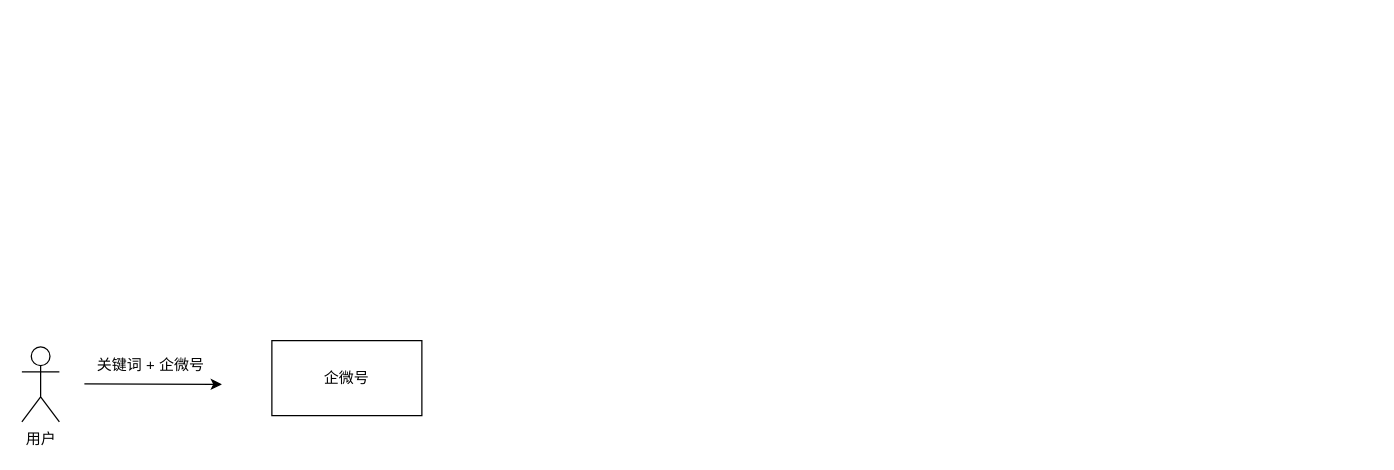
Rocky-Hu/document keeps this draw.io diagram as technology-solution/关键词回复.drawio. Above is the earlier version. Source tidied: cells renumbered, new cells numbered last; positions are measured from the earlier drawing's top-left corner, leaving out a move shared by most shapes. Both pictures are drawn from the tidied source at 125%, with x=0, y=0 at pixel (21, 340).
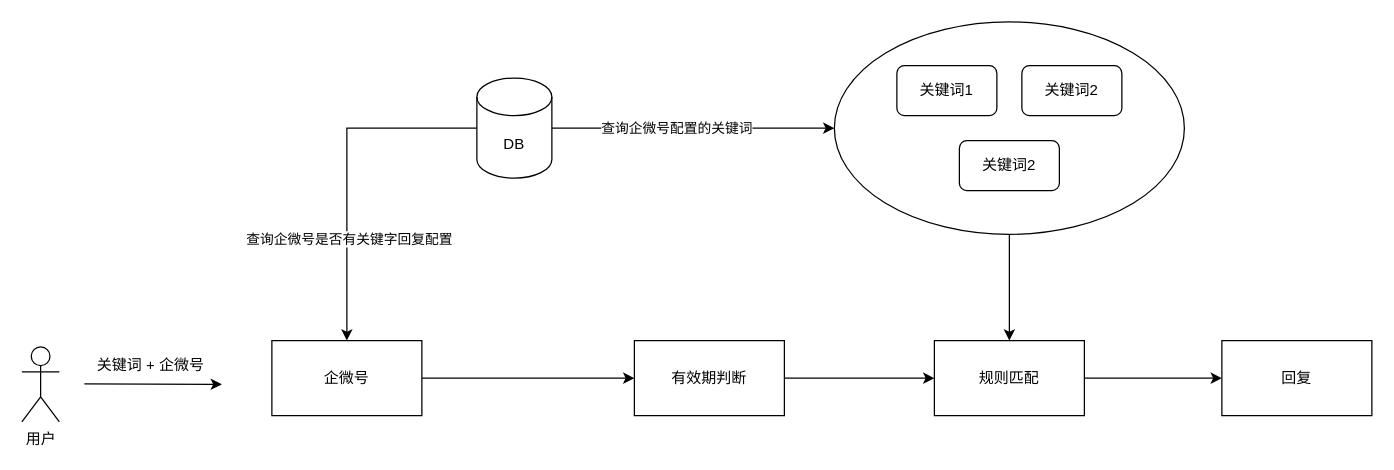
Above is the later version.

Commit message (it also covers changes not shown here):
Update 关键词回复.drawio

The change refers to these unchanged cells:
```xml
<mxCell id="5" value="企微号" style="rounded=0;whiteSpace=wrap;html=1;" parent="1" vertex="1">
  <mxGeometry x="200" width="120" height="60" as="geometry" />
</mxCell>
```

What changed in the source:
```diff
@@
+    <mxCell id="6" style="edgeStyle=orthogonalEdgeStyle;rounded=0;jettySize=auto;html=1;entryX=0;entryY=0.5;entryDx=0;entryDy=0;" parent="1" edge="1" source="5" target="13">
+      <mxGeometry relative="1" as="geometry" />
+    </mxCell>
@@
+    <mxCell id="7" style="edgeStyle=orthogonalEdgeStyle;rounded=0;jettySize=auto;html=1;entryX=0.5;entryY=0;entryDx=0;entryDy=0;" parent="1" edge="1" source="11" target="5">
+      <mxGeometry relative="1" as="geometry" />
+    </mxCell>
+    <mxCell id="8" value="查询企微号是否有关键字回复配置" style="edgeLabel;html=1;align=center;verticalAlign=middle;" parent="7" vertex="1">
+      <mxGeometry x="0.4" y="1" relative="1" as="geometry" />
+    </mxCell>
+    <mxCell id="9" style="edgeStyle=orthogonalEdgeStyle;rounded=0;jettySize=auto;html=1;" parent="1" edge="1" source="11" target="17">
+      <mxGeometry relative="1" as="geometry" />
+    </mxCell>
+    <mxCell id="10" value="查询企微号配置的关键词" style="edgeLabel;html=1;align=center;verticalAlign=middle;" parent="9" vertex="1">
+      <mxGeometry x="-0.12" y="1" relative="1" as="geometry" />
+    </mxCell>
+    <mxCell id="11" value="DB" style="shape=cylinder3;whiteSpace=wrap;html=1;boundedLbl=1;backgroundOutline=1;size=15;" parent="1" vertex="1">
+      <mxGeometry x="364" y="-210" width="60" height="80" as="geometry" />
+    </mxCell>
+    <mxCell id="12" style="edgeStyle=orthogonalEdgeStyle;rounded=0;jettySize=auto;html=1;entryX=0;entryY=0.5;entryDx=0;entryDy=0;" parent="1" edge="1" source="13" target="15">
+      <mxGeometry relative="1" as="geometry" />
+    </mxCell>
+    <mxCell id="13" value="有效期判断" style="rounded=0;whiteSpace=wrap;html=1;" parent="1" vertex="1">
+      <mxGeometry x="490" width="120" height="60" as="geometry" />
+    </mxCell>
+    <mxCell id="14" style="edgeStyle=orthogonalEdgeStyle;rounded=0;jettySize=auto;html=1;entryX=0;entryY=0.5;entryDx=0;entryDy=0;" parent="1" edge="1" source="15" target="21">
+      <mxGeometry relative="1" as="geometry" />
+    </mxCell>
+    <mxCell id="15" value="规则匹配" style="rounded=0;whiteSpace=wrap;html=1;" parent="1" vertex="1">
+      <mxGeometry x="730" width="120" height="60" as="geometry" />
+    </mxCell>
+    <mxCell id="16" style="edgeStyle=orthogonalEdgeStyle;rounded=0;jettySize=auto;html=1;" parent="1" edge="1" source="17" target="15">
+      <mxGeometry relative="1" as="geometry" />
+    </mxCell>
+    <mxCell id="17" style="ellipse;whiteSpace=wrap;html=1;" parent="1" vertex="1">
+      <mxGeometry x="650" y="-255" width="280" height="170" as="geometry" />
+    </mxCell>
+    <mxCell id="18" value="关键词1" style="rounded=1;whiteSpace=wrap;html=1;" parent="1" vertex="1">
+      <mxGeometry x="700" y="-220" width="80" height="40" as="geometry" />
+    </mxCell>
+    <mxCell id="19" value="关键词2" style="rounded=1;whiteSpace=wrap;html=1;" parent="1" vertex="1">
+      <mxGeometry x="800" y="-220" width="80" height="40" as="geometry" />
+    </mxCell>
+    <mxCell id="20" value="关键词2" style="rounded=1;whiteSpace=wrap;html=1;" parent="1" vertex="1">
+      <mxGeometry x="750" y="-160" width="80" height="40" as="geometry" />
+    </mxCell>
+    <mxCell id="21" value="回复" style="rounded=0;whiteSpace=wrap;html=1;" parent="1" vertex="1">
+      <mxGeometry x="960" width="120" height="60" as="geometry" />
+    </mxCell>
```
